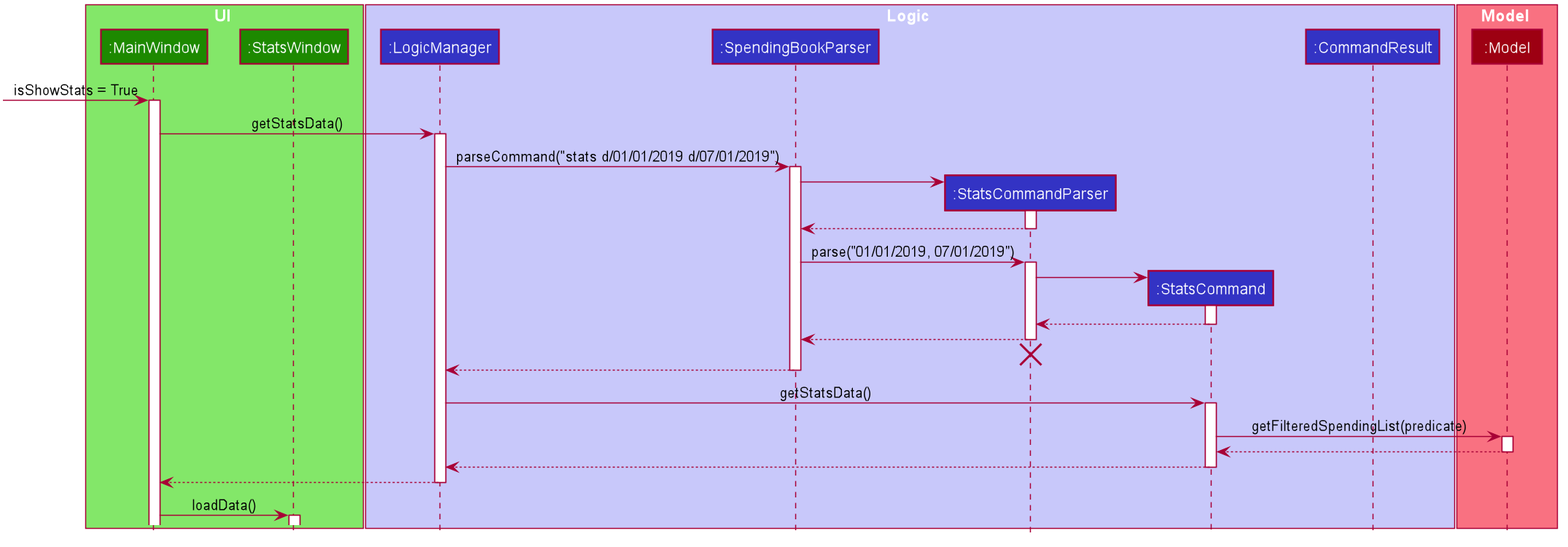
Before: docs/images/StatsDataSequenceDiagram.png, a diagram exported from PlantUML (nus-cs2103-AY1920S1/addressbook-level3).
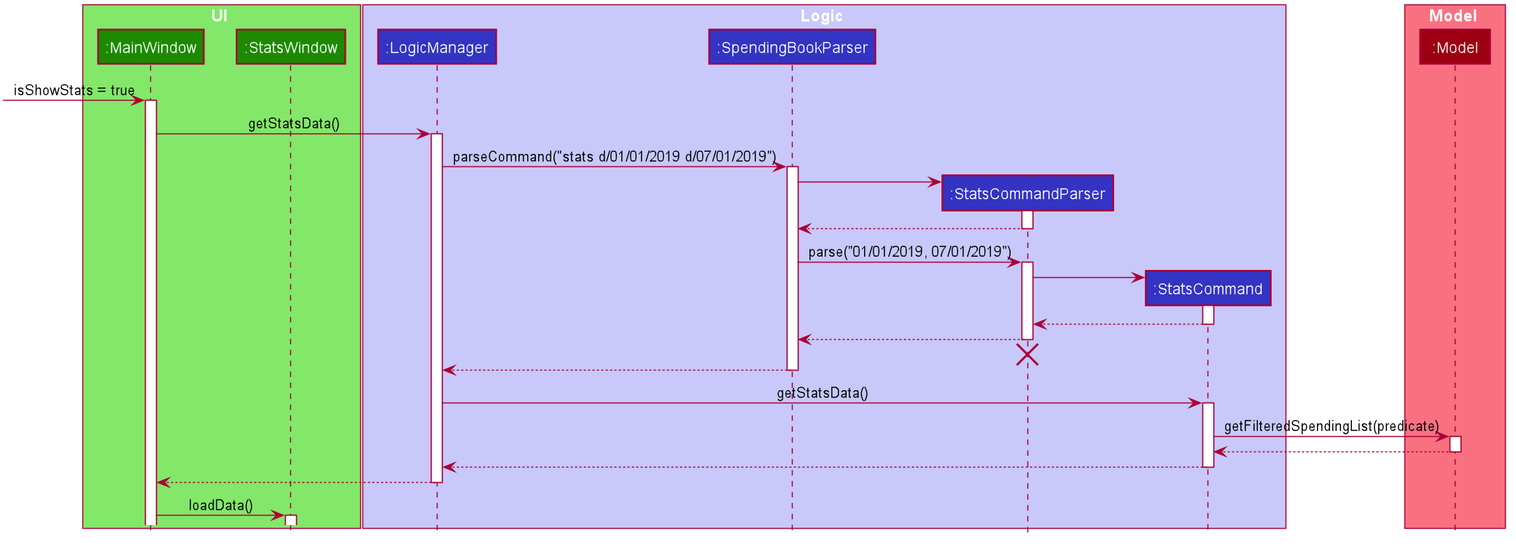
The same diagram one commit later.

The edit, as a diff of the source:
```diff
@@ -58,14 +58,13 @@
 participant ":SpendingBookParser" as SpendingBookParser #3333C4
 participant ":StatsCommandParser" as StatsCommandParser #3333C4
 participant ":StatsCommand" as StatsCommand #3333C4
-participant ":CommandResult" as CommandResult #3333C4
 end box
 
 box Model #F97181
 participant ":Model" as Model #9D0012
 end box
 
-[-> MainWindow : isShowStats = True
+[-> MainWindow : isShowStats = true
 activate MainWindow
 
 MainWindow -> LogicManager : getStatsData()
```
